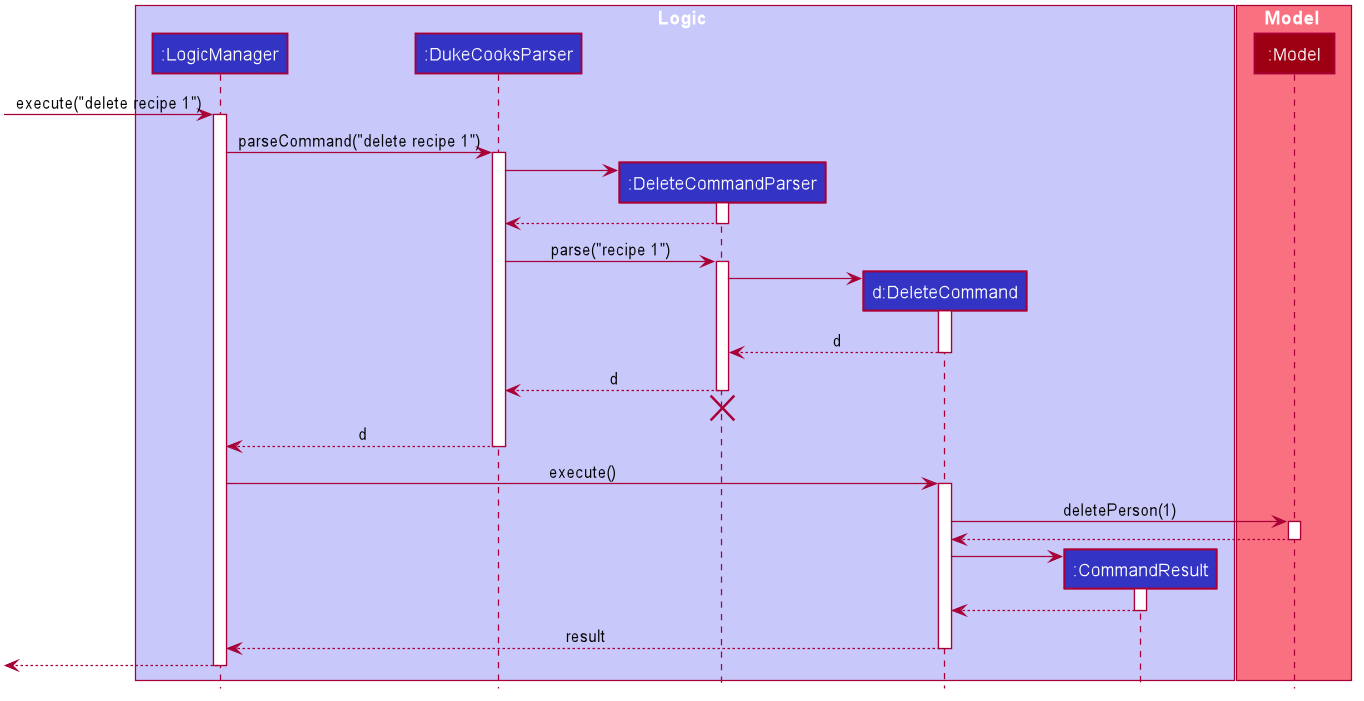
The PlantUML diagram docs/images/DeleteSequenceDiagram.png in nus-cs2103-AY1920S1/addressbook-level3, before a commit.
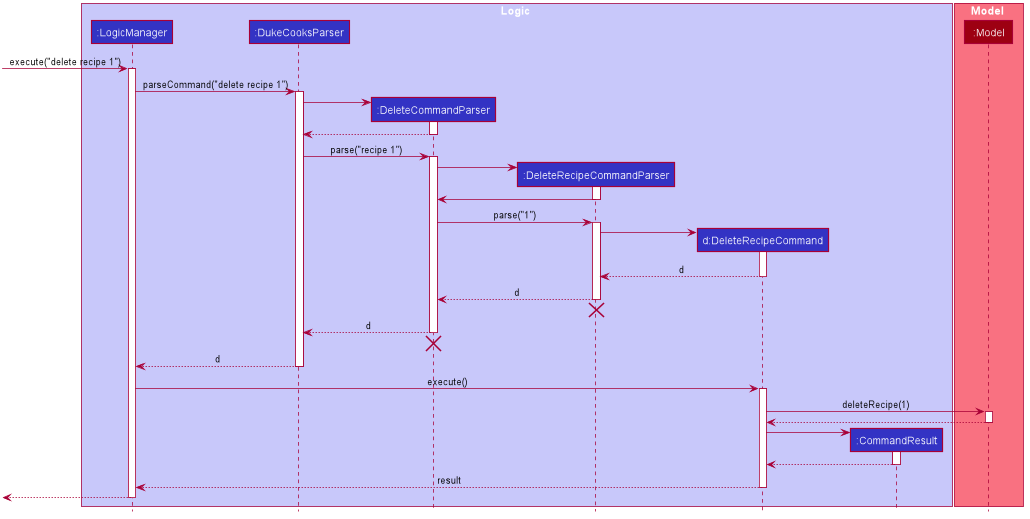
The same diagram one commit later.

What changed in the source:
```diff
@@ -52,7 +52,8 @@
 participant ":LogicManager" as LogicManager #3333C4
 participant ":DukeCooksParser" as DukeCooksParser #3333C4
 participant ":DeleteCommandParser" as DeleteCommandParser #3333C4
-participant "d:DeleteCommand" as DeleteCommand #3333C4
+participant ":DeleteRecipeCommandParser" as DeleteRecipeCommandParser #3333C4
+participant "d:DeleteRecipeCommand" as DeleteRecipeCommand #3333C4
 participant ":CommandResult" as CommandResult #3333C4
 end box
 
@@ -76,12 +77,28 @@
 DukeCooksParser -> DeleteCommandParser : parse("recipe 1")
 activate DeleteCommandParser
 
-create DeleteCommand
-DeleteCommandParser -> DeleteCommand
-activate DeleteCommand
+create DeleteRecipeCommandParser
+DeleteCommandParser -> DeleteRecipeCommandParser
+activate DeleteRecipeCommandParser
 
-DeleteCommand --> DeleteCommandParser : d
-deactivate DeleteCommand
+DeleteRecipeCommandParser -> DeleteCommandParser
+deactivate DeleteRecipeCommandParser
+
+DeleteCommandParser -> DeleteRecipeCommandParser : parse("1")
+activate DeleteRecipeCommandParser
+
+create DeleteRecipeCommand
+DeleteRecipeCommandParser -> DeleteRecipeCommand
+activate DeleteRecipeCommand
+
+DeleteRecipeCommand --> DeleteRecipeCommandParser : d
+deactivate DeleteRecipeCommand
+
+DeleteRecipeCommandParser --> DeleteCommandParser : d
+deactivate DeleteRecipeCommandParser
+
+DeleteCommandParser -[hidden]-> DukeCooksParser
+destroy DeleteRecipeCommandParser
 
 DeleteCommandParser --> DukeCooksParser : d
 deactivate DeleteCommandParser
@@ -91,24 +108,24 @@
 DukeCooksParser --> LogicManager : d
 deactivate DukeCooksParser
 
-LogicManager -> DeleteCommand : execute()
-activate DeleteCommand
+LogicManager -> DeleteRecipeCommand : execute()
+activate DeleteRecipeCommand
 
-DeleteCommand -> Model : deletePerson(1)
+DeleteRecipeCommand -> Model : deleteRecipe(1)
 activate Model
 
-Model --> DeleteCommand
+Model --> DeleteRecipeCommand
 deactivate Model
 
 create CommandResult
-DeleteCommand -> CommandResult
+DeleteRecipeCommand -> CommandResult
 activate CommandResult
 
-CommandResult --> DeleteCommand
+CommandResult --> DeleteRecipeCommand
 deactivate CommandResult
 
-DeleteCommand --> LogicManager : result
-deactivate DeleteCommand
+DeleteRecipeCommand --> LogicManager : result
+deactivate DeleteRecipeCommand
 
 [<--LogicManager
 deactivate LogicManager
```
